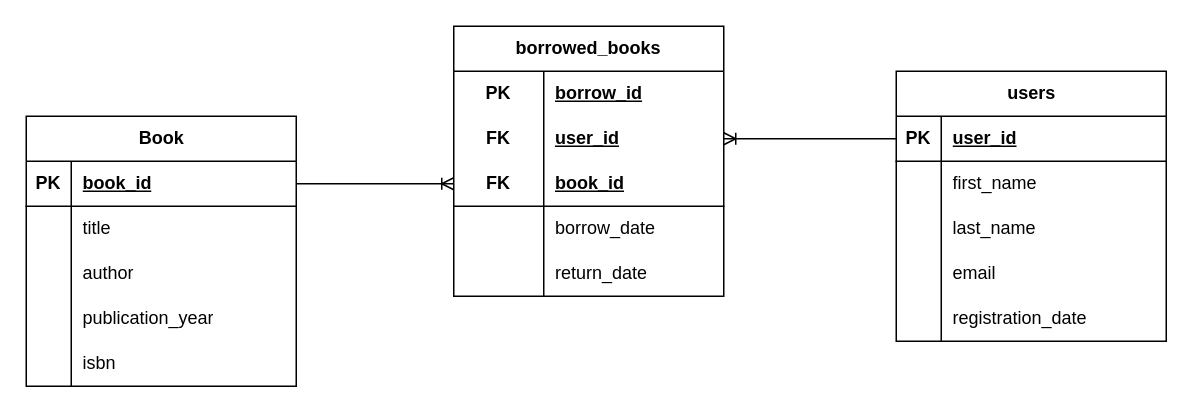
Earlier version of the draw.io diagram library_schema.drawio (channico/library). Source tidied: cells renumbered, new cells numbered last; positions are measured from the earlier drawing's top-left corner, leaving out a move shared by most shapes. Both pictures are drawn from the tidied source at 150%, with x=0, y=0 at pixel (26, 26).
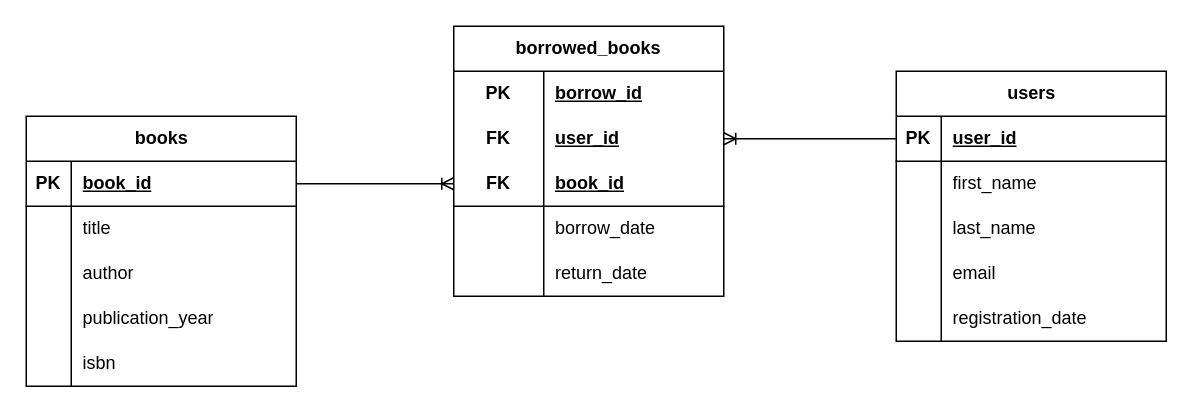
After the change.

Commit message:
Fix typo in Book to books

What changed in the source:
```diff
@@
-    <mxCell id="2" value="Book" style="shape=table;startSize=30;childLayout=tableLayout;rowLines=0;fontStyle=1;align=center;html=1;" parent="1" vertex="1">
+    <mxCell id="2" value="books" style="shape=table;startSize=30;childLayout=tableLayout;rowLines=0;fontStyle=1;align=center;html=1;" parent="1" vertex="1">
       <mxGeometry y="60" width="180" height="180" as="geometry" />
     </mxCell>
```
